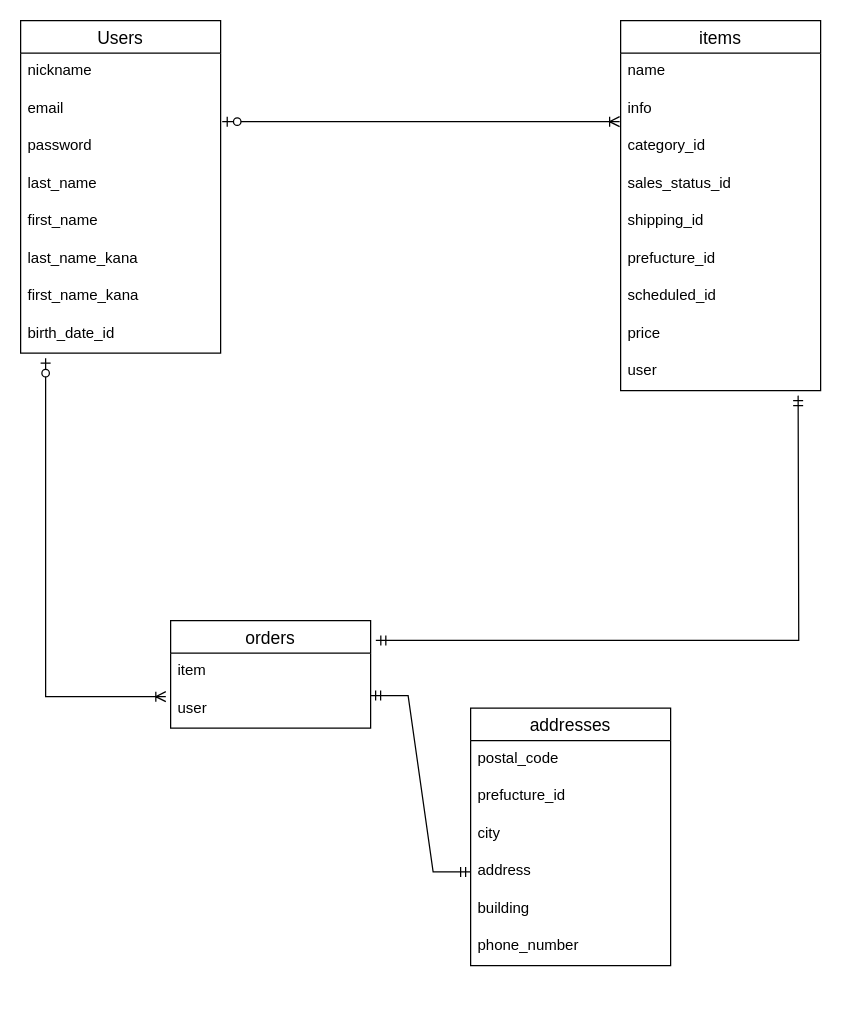
The draw.io diagram er.dio in kenta0905/furima-33945, before the edit. Source tidied: cells renumbered, new cells numbered last; positions are measured from the earlier drawing's top-left corner, leaving out a move shared by most shapes. Both pictures are drawn from the tidied source at 125%, with x=0, y=0 at pixel (20, 20).
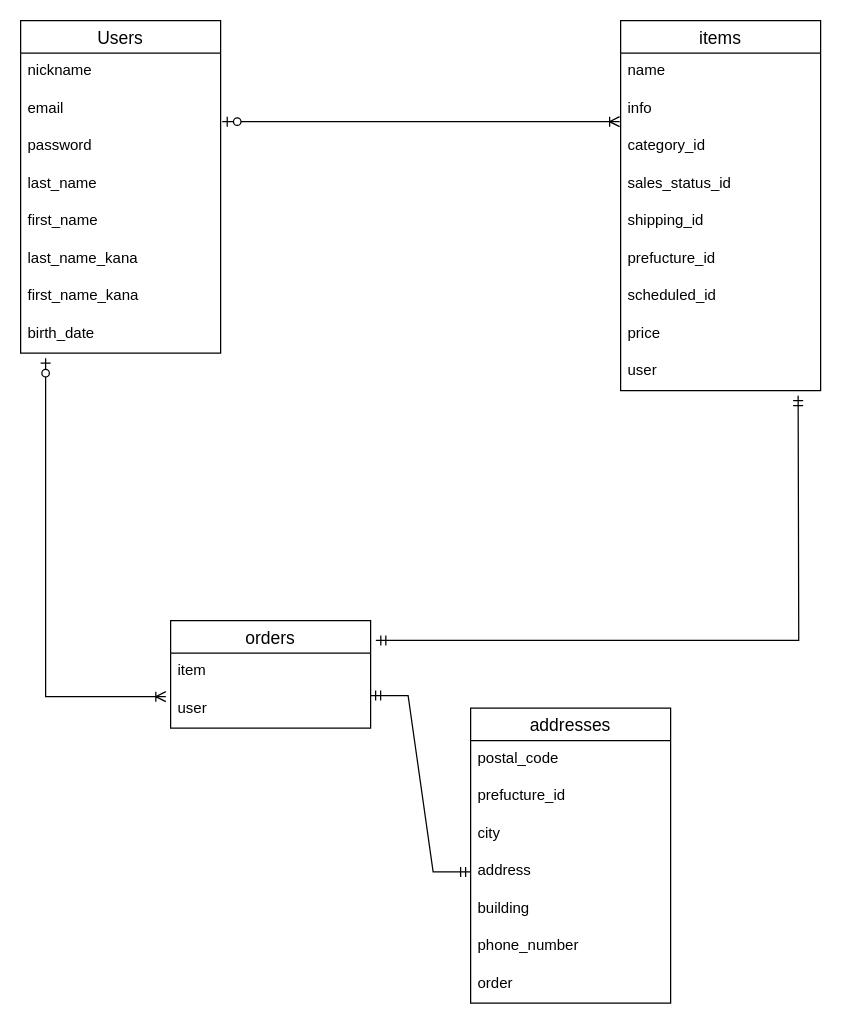
Above is the later version.

Unchanged cells that the change refers to:
```xml
<mxCell id="2" value="Users" style="swimlane;fontStyle=0;horizontal=1;startSize=26;align=center;fontSize=14;" parent="1" vertex="1">
  <mxGeometry width="160" height="266" as="geometry" />
</mxCell>
```

What changed in the source:
```diff
@@
-    <mxCell id="10" value="birth_date_id" style="text;strokeColor=none;fillColor=none;spacingLeft=4;spacingRight=4;overflow=hidden;fontSize=12;" parent="2" vertex="1">
+    <mxCell id="10" value="birth_date" style="text;strokeColor=none;fillColor=none;spacingLeft=4;spacingRight=4;overflow=hidden;fontSize=12;" parent="2" vertex="1">
       <mxGeometry y="236" width="160" height="30" as="geometry" />
     </mxCell>
@@
     <mxCell id="21" value="addresses" style="swimlane;fontStyle=0;horizontal=1;startSize=26;align=center;fontSize=14;" parent="1" vertex="1">
-      <mxGeometry x="360" y="550" width="160" height="206" as="geometry" />
+      <mxGeometry x="360" y="550" width="160" height="236" as="geometry" />
     </mxCell>
@@
+    <mxCell id="35" value="order" style="text;strokeColor=none;fillColor=none;spacingLeft=4;spacingRight=4;overflow=hidden;fontSize=12;" parent="21" vertex="1">
+      <mxGeometry y="206" width="160" height="30" as="geometry" />
+    </mxCell>
```
